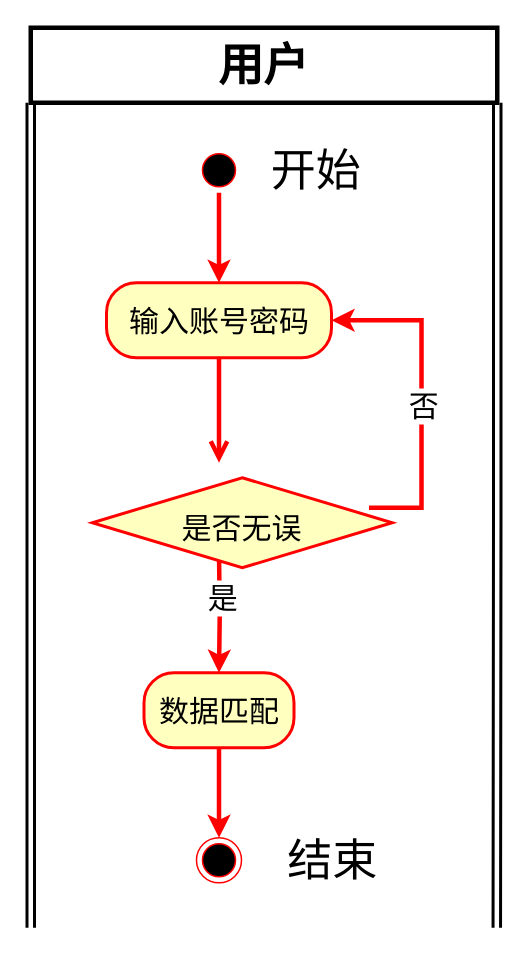
YangGuiTong/QtQQ keeps this draw.io diagram as chart/登录活动图.drawio. Above is the earlier version. Source tidied: cells renumbered, new cells numbered last; positions are measured from the earlier drawing's top-left corner, leaving out a move shared by most shapes. Both pictures are drawn from the tidied source at 150%, with x=0, y=0 at pixel (30, 27).
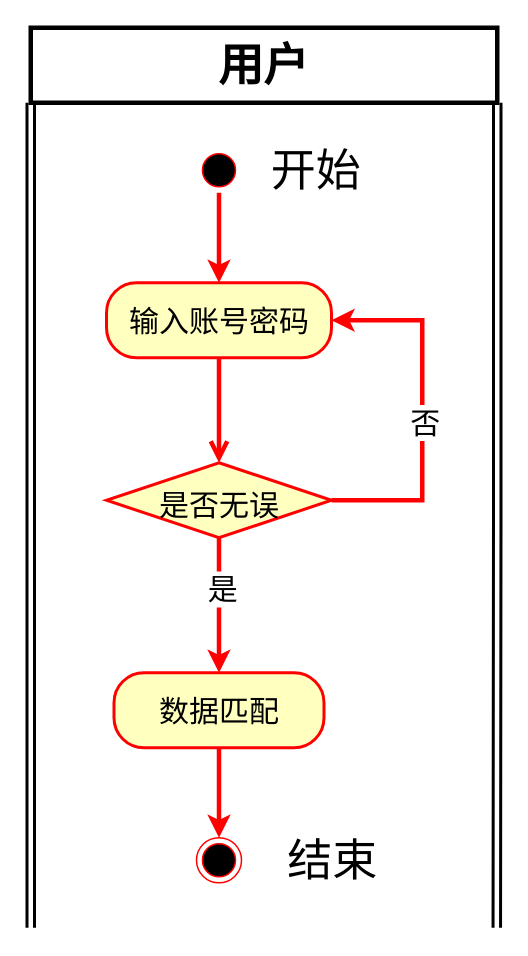
Above is the later version.

Commit message:
更新登录活动图.drawio

The change refers to these unchanged cells:
```xml
<mxCell id="8" value="&lt;font style=&quot;font-size: 20px;&quot;&gt;输入账号密码&lt;/font&gt;" style="rounded=1;whiteSpace=wrap;html=1;arcSize=40;fontColor=#000000;fillColor=#ffffc0;strokeColor=#ff0000;strokeWidth=2;" parent="1" vertex="1">
  <mxGeometry x="50.5" y="170" width="150" height="50" as="geometry" />
</mxCell>
```

Diff of the diagram source:
```diff
@@
-    <mxCell id="10" style="edgeStyle=orthogonalEdgeStyle;rounded=0;jettySize=auto;html=1;exitX=1;exitY=0.5;exitDx=0;exitDy=0;entryX=1;entryY=0.5;entryDx=0;entryDy=0;strokeWidth=3;strokeColor=#FF0000;fontSize=50;" parent="1" edge="1" target="8">
+    <mxCell id="10" style="edgeStyle=orthogonalEdgeStyle;rounded=0;jettySize=auto;html=1;exitX=1;exitY=0.5;exitDx=0;exitDy=0;entryX=1;entryY=0.5;entryDx=0;entryDy=0;strokeWidth=3;strokeColor=#FF0000;fontSize=50;" parent="1" edge="1" source="14" target="8">
       <mxGeometry relative="1" as="geometry">
-        <mxPoint x="225.5" y="320" as="sourcePoint" />
         <Array as="points">
-          <mxPoint x="260.5" y="320" />
-          <mxPoint x="260.5" y="195" />
+          <mxPoint x="261" y="315" />
+          <mxPoint x="261" y="195" />
         </Array>
       </mxGeometry>
     </mxCell>
@@
-    <mxCell id="12" style="edgeStyle=orthogonalEdgeStyle;rounded=0;jettySize=auto;html=1;exitX=0.5;exitY=1;exitDx=0;exitDy=0;entryX=0.5;entryY=0;entryDx=0;entryDy=0;strokeWidth=3;strokeColor=#FF0000;" parent="1" edge="1" target="16">
-      <mxGeometry relative="1" as="geometry">
-        <mxPoint x="125.5" y="350" as="sourcePoint" />
-      </mxGeometry>
+    <mxCell id="12" style="edgeStyle=orthogonalEdgeStyle;rounded=0;jettySize=auto;html=1;exitX=0.5;exitY=1;exitDx=0;exitDy=0;entryX=0.5;entryY=0;entryDx=0;entryDy=0;strokeWidth=3;strokeColor=#FF0000;" parent="1" edge="1" source="14" target="16">
+      <mxGeometry relative="1" as="geometry" />
     </mxCell>
@@
     <mxCell id="14" value="&lt;font style=&quot;font-size: 20px;&quot;&gt;是否无误&lt;/font&gt;" style="rhombus;whiteSpace=wrap;html=1;fontColor=#000000;fillColor=#ffffc0;strokeColor=#ff0000;fontSize=30;strokeWidth=2;" parent="1" vertex="1">
-      <mxGeometry x="41" y="300" width="200" height="60" as="geometry" />
+      <mxGeometry x="50.5" y="290" width="150" height="50" as="geometry" />
     </mxCell>
@@
     <mxCell id="16" value="数据匹配" style="rounded=1;whiteSpace=wrap;html=1;arcSize=40;fontColor=#000000;fillColor=#ffffc0;strokeColor=#ff0000;fontSize=20;strokeWidth=2;" parent="1" vertex="1">
-      <mxGeometry x="75.5" y="430" width="100" height="50" as="geometry" />
+      <mxGeometry x="55.5" y="430" width="140" height="50" as="geometry" />
     </mxCell>
```
